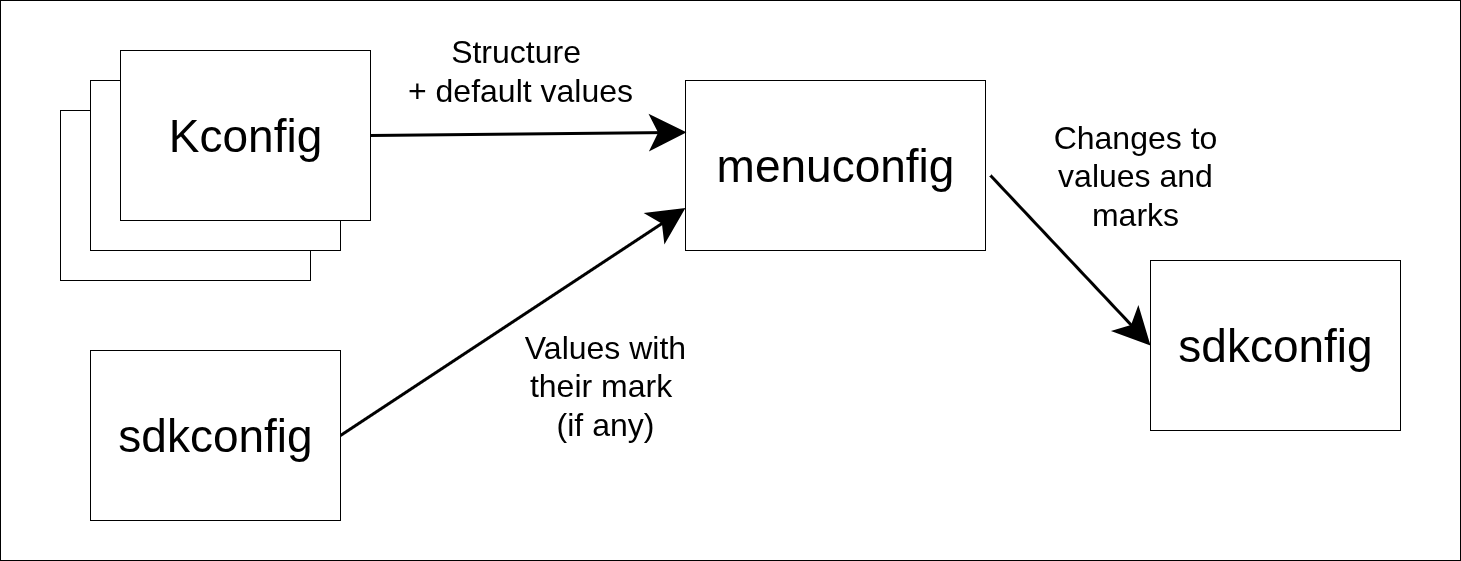
The draw.io diagram esp-idf-kconfig-v3-article/new_menuconfig.png in Honza0297/Honza0297.github.io, before a commit. Source tidied: cells renumbered, new cells last; positions are measured from the earlier drawing's top-left corner, leaving out a move shared by most shapes. Source of this version:
```xml
<mxGraphModel>
  <root>
    <mxCell id="0" />
    <mxCell id="1" parent="0" />
    <mxCell id="2" style="rounded=0;whiteSpace=wrap;html=1;" parent="1" vertex="1">
      <mxGeometry width="1460" height="560" as="geometry" />
    </mxCell>
    <mxCell id="3" style="rounded=0;whiteSpace=wrap;html=1;" parent="1" vertex="1">
      <mxGeometry x="60" y="110" width="250" height="170" as="geometry" />
    </mxCell>
    <mxCell id="4" style="rounded=0;whiteSpace=wrap;html=1;" parent="1" vertex="1">
      <mxGeometry x="90" y="80" width="250" height="170" as="geometry" />
    </mxCell>
    <mxCell id="5" style="rounded=0;whiteSpace=wrap;html=1;" parent="1" vertex="1">
      <mxGeometry x="120" y="50" width="250" height="170" as="geometry" />
    </mxCell>
    <mxCell id="6" value="&lt;font style=&quot;font-size: 46px;&quot;&gt;Kconfig&lt;/font&gt;" style="text;html=1;align=center;verticalAlign=middle;whiteSpace=wrap;rounded=0;" parent="1" vertex="1">
      <mxGeometry x="140" y="80" width="210" height="110" as="geometry" />
    </mxCell>
    <mxCell id="7" style="endArrow=classic;html=1;rounded=0;strokeWidth=3;endSize=28;exitX=1;exitY=0.5;exitDx=0;exitDy=0;entryX=0;entryY=0.75;entryDx=0;entryDy=0;" parent="1" edge="1" source="10" target="8">
      <mxGeometry relative="1" as="geometry" />
    </mxCell>
    <mxCell id="8" style="rounded=0;whiteSpace=wrap;html=1;" parent="1" vertex="1">
      <mxGeometry x="685" y="80" width="300" height="170" as="geometry" />
    </mxCell>
    <mxCell id="9" value="&lt;font style=&quot;font-size: 46px;&quot;&gt;menuconfig&lt;/font&gt;" style="text;html=1;align=center;verticalAlign=middle;whiteSpace=wrap;rounded=0;" parent="1" vertex="1">
      <mxGeometry x="730" y="110" width="210" height="110" as="geometry" />
    </mxCell>
    <mxCell id="10" style="rounded=0;whiteSpace=wrap;html=1;" parent="1" vertex="1">
      <mxGeometry x="90" y="350" width="250" height="170" as="geometry" />
    </mxCell>
    <mxCell id="11" value="&lt;font style=&quot;font-size: 46px;&quot;&gt;sdkconfig&lt;/font&gt;" style="text;html=1;align=center;verticalAlign=middle;whiteSpace=wrap;rounded=0;" parent="1" vertex="1">
      <mxGeometry x="110" y="380" width="210" height="110" as="geometry" />
    </mxCell>
    <mxCell id="12" value="&lt;font style=&quot;font-size: 32px;&quot;&gt;Values with their mark&amp;nbsp;&lt;/font&gt;&lt;div&gt;&lt;font style=&quot;font-size: 32px;&quot;&gt;(if any)&lt;/font&gt;&lt;/div&gt;" style="text;html=1;align=center;verticalAlign=middle;whiteSpace=wrap;rounded=0;" parent="1" vertex="1">
      <mxGeometry x="490" y="370" width="230" height="30" as="geometry" />
    </mxCell>
    <mxCell id="13" style="endArrow=classic;html=1;rounded=0;strokeWidth=3;endSize=28;exitX=1;exitY=0.5;exitDx=0;exitDy=0;entryX=0.003;entryY=0.305;entryDx=0;entryDy=0;entryPerimeter=0;" parent="1" edge="1" source="5" target="8">
      <mxGeometry relative="1" as="geometry" />
    </mxCell>
    <mxCell id="14" value="&lt;font style=&quot;font-size: 32px;&quot;&gt;Structure&amp;nbsp;&lt;/font&gt;&lt;div&gt;&lt;font style=&quot;font-size: 32px;&quot;&gt;+ default values&lt;/font&gt;&lt;/div&gt;" style="text;html=1;align=center;verticalAlign=middle;whiteSpace=wrap;rounded=0;" parent="1" vertex="1">
      <mxGeometry x="390" y="20" width="260" height="100" as="geometry" />
    </mxCell>
    <mxCell id="15" style="endArrow=classic;html=1;rounded=0;strokeWidth=3;endSize=28;entryX=0;entryY=0.5;entryDx=0;entryDy=0;" parent="1" edge="1" target="16">
      <mxGeometry relative="1" as="geometry">
        <mxPoint x="990" y="175" as="sourcePoint" />
      </mxGeometry>
    </mxCell>
    <mxCell id="16" style="rounded=0;whiteSpace=wrap;html=1;" parent="1" vertex="1">
      <mxGeometry x="1150" y="260" width="250" height="170" as="geometry" />
    </mxCell>
    <mxCell id="17" value="&lt;font style=&quot;font-size: 46px;&quot;&gt;sdkconfig&lt;/font&gt;" style="text;html=1;align=center;verticalAlign=middle;whiteSpace=wrap;rounded=0;" parent="1" vertex="1">
      <mxGeometry x="1170" y="290" width="210" height="110" as="geometry" />
    </mxCell>
    <mxCell id="18" value="&lt;font style=&quot;font-size: 32px;&quot;&gt;Changes to values and marks&lt;/font&gt;" style="text;html=1;align=center;verticalAlign=middle;whiteSpace=wrap;rounded=0;" parent="1" vertex="1">
      <mxGeometry x="1020" y="160" width="230" height="30" as="geometry" />
    </mxCell>
  </root>
</mxGraphModel>
```
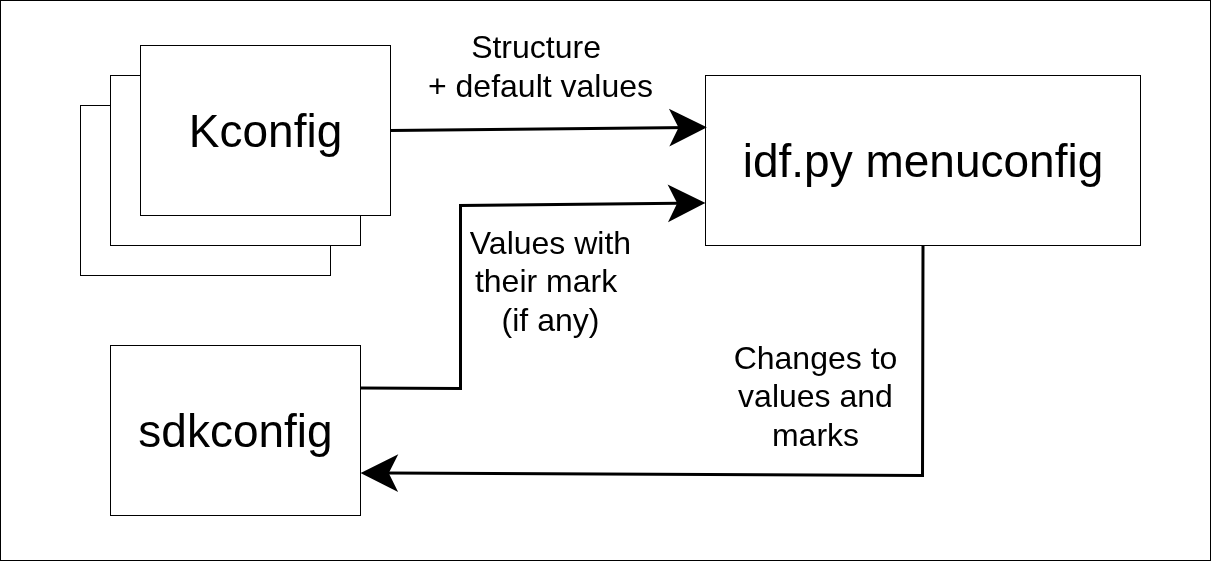
The same diagram one commit later.

Change to the diagram source:
```diff
@@ -3,7 +3,7 @@
     <mxCell id="0" />
     <mxCell id="1" parent="0" />
     <mxCell id="2" style="rounded=0;whiteSpace=wrap;html=1;" parent="1" vertex="1">
-      <mxGeometry width="1460" height="560" as="geometry" />
+      <mxGeometry x="-20" y="5" width="1210" height="560" as="geometry" />
     </mxCell>
     <mxCell id="3" style="rounded=0;whiteSpace=wrap;html=1;" parent="1" vertex="1">
       <mxGeometry x="60" y="110" width="250" height="170" as="geometry" />
@@ -17,15 +17,17 @@
     <mxCell id="6" value="&lt;font style=&quot;font-size: 46px;&quot;&gt;Kconfig&lt;/font&gt;" style="text;html=1;align=center;verticalAlign=middle;whiteSpace=wrap;rounded=0;" parent="1" vertex="1">
       <mxGeometry x="140" y="80" width="210" height="110" as="geometry" />
     </mxCell>
-    <mxCell id="7" style="endArrow=classic;html=1;rounded=0;strokeWidth=3;endSize=28;exitX=1;exitY=0.5;exitDx=0;exitDy=0;entryX=0;entryY=0.75;entryDx=0;entryDy=0;" parent="1" edge="1" source="10" target="8">
-      <mxGeometry relative="1" as="geometry" />
+    <mxCell id="7" style="endArrow=classic;html=1;rounded=0;strokeWidth=3;endSize=28;exitX=1;exitY=0.25;exitDx=0;exitDy=0;entryX=0;entryY=0.75;entryDx=0;entryDy=0;" parent="1" edge="1" source="10" target="8">
+      <mxGeometry relative="1" as="geometry">
+        <Array as="points">
+          <mxPoint x="440" y="393" />
+          <mxPoint x="440" y="210" />
+        </Array>
+      </mxGeometry>
     </mxCell>
-    <mxCell id="8" style="rounded=0;whiteSpace=wrap;html=1;" parent="1" vertex="1">
-      <mxGeometry x="685" y="80" width="300" height="170" as="geometry" />
+    <mxCell id="8" value="&lt;span style=&quot;font-size: 46px;&quot;&gt;idf.py menuconfig&lt;/span&gt;" style="rounded=0;whiteSpace=wrap;html=1;" parent="1" vertex="1">
+      <mxGeometry x="685" y="80" width="435" height="170" as="geometry" />
     </mxCell>
-    <mxCell id="9" value="&lt;font style=&quot;font-size: 46px;&quot;&gt;menuconfig&lt;/font&gt;" style="text;html=1;align=center;verticalAlign=middle;whiteSpace=wrap;rounded=0;" parent="1" vertex="1">
-      <mxGeometry x="730" y="110" width="210" height="110" as="geometry" />
-    </mxCell>
     <mxCell id="10" style="rounded=0;whiteSpace=wrap;html=1;" parent="1" vertex="1">
       <mxGeometry x="90" y="350" width="250" height="170" as="geometry" />
     </mxCell>
@@ -33,7 +35,7 @@
       <mxGeometry x="110" y="380" width="210" height="110" as="geometry" />
     </mxCell>
     <mxCell id="12" value="&lt;font style=&quot;font-size: 32px;&quot;&gt;Values with their mark&amp;nbsp;&lt;/font&gt;&lt;div&gt;&lt;font style=&quot;font-size: 32px;&quot;&gt;(if any)&lt;/font&gt;&lt;/div&gt;" style="text;html=1;align=center;verticalAlign=middle;whiteSpace=wrap;rounded=0;" parent="1" vertex="1">
-      <mxGeometry x="490" y="370" width="230" height="30" as="geometry" />
+      <mxGeometry x="415" y="270" width="230" height="30" as="geometry" />
     </mxCell>
     <mxCell id="13" style="endArrow=classic;html=1;rounded=0;strokeWidth=3;endSize=28;exitX=1;exitY=0.5;exitDx=0;exitDy=0;entryX=0.003;entryY=0.305;entryDx=0;entryDy=0;entryPerimeter=0;" parent="1" edge="1" source="5" target="8">
       <mxGeometry relative="1" as="geometry" />
@@ -41,19 +43,15 @@
     <mxCell id="14" value="&lt;font style=&quot;font-size: 32px;&quot;&gt;Structure&amp;nbsp;&lt;/font&gt;&lt;div&gt;&lt;font style=&quot;font-size: 32px;&quot;&gt;+ default values&lt;/font&gt;&lt;/div&gt;" style="text;html=1;align=center;verticalAlign=middle;whiteSpace=wrap;rounded=0;" parent="1" vertex="1">
       <mxGeometry x="390" y="20" width="260" height="100" as="geometry" />
     </mxCell>
-    <mxCell id="15" style="endArrow=classic;html=1;rounded=0;strokeWidth=3;endSize=28;entryX=0;entryY=0.5;entryDx=0;entryDy=0;" parent="1" edge="1" target="16">
+    <mxCell id="15" style="endArrow=classic;html=1;rounded=0;strokeWidth=3;endSize=28;entryX=1;entryY=0.75;entryDx=0;entryDy=0;exitX=0.5;exitY=1;exitDx=0;exitDy=0;" parent="1" edge="1" source="8" target="10">
       <mxGeometry relative="1" as="geometry">
-        <mxPoint x="990" y="175" as="sourcePoint" />
+        <Array as="points">
+          <mxPoint x="902" y="480" />
+        </Array>
       </mxGeometry>
     </mxCell>
-    <mxCell id="16" style="rounded=0;whiteSpace=wrap;html=1;" parent="1" vertex="1">
-      <mxGeometry x="1150" y="260" width="250" height="170" as="geometry" />
-    </mxCell>
-    <mxCell id="17" value="&lt;font style=&quot;font-size: 46px;&quot;&gt;sdkconfig&lt;/font&gt;" style="text;html=1;align=center;verticalAlign=middle;whiteSpace=wrap;rounded=0;" parent="1" vertex="1">
-      <mxGeometry x="1170" y="290" width="210" height="110" as="geometry" />
-    </mxCell>
     <mxCell id="18" value="&lt;font style=&quot;font-size: 32px;&quot;&gt;Changes to values and marks&lt;/font&gt;" style="text;html=1;align=center;verticalAlign=middle;whiteSpace=wrap;rounded=0;" parent="1" vertex="1">
-      <mxGeometry x="1020" y="160" width="230" height="30" as="geometry" />
+      <mxGeometry x="680" y="385" width="230" height="30" as="geometry" />
     </mxCell>
   </root>
 </mxGraphModel>
```
